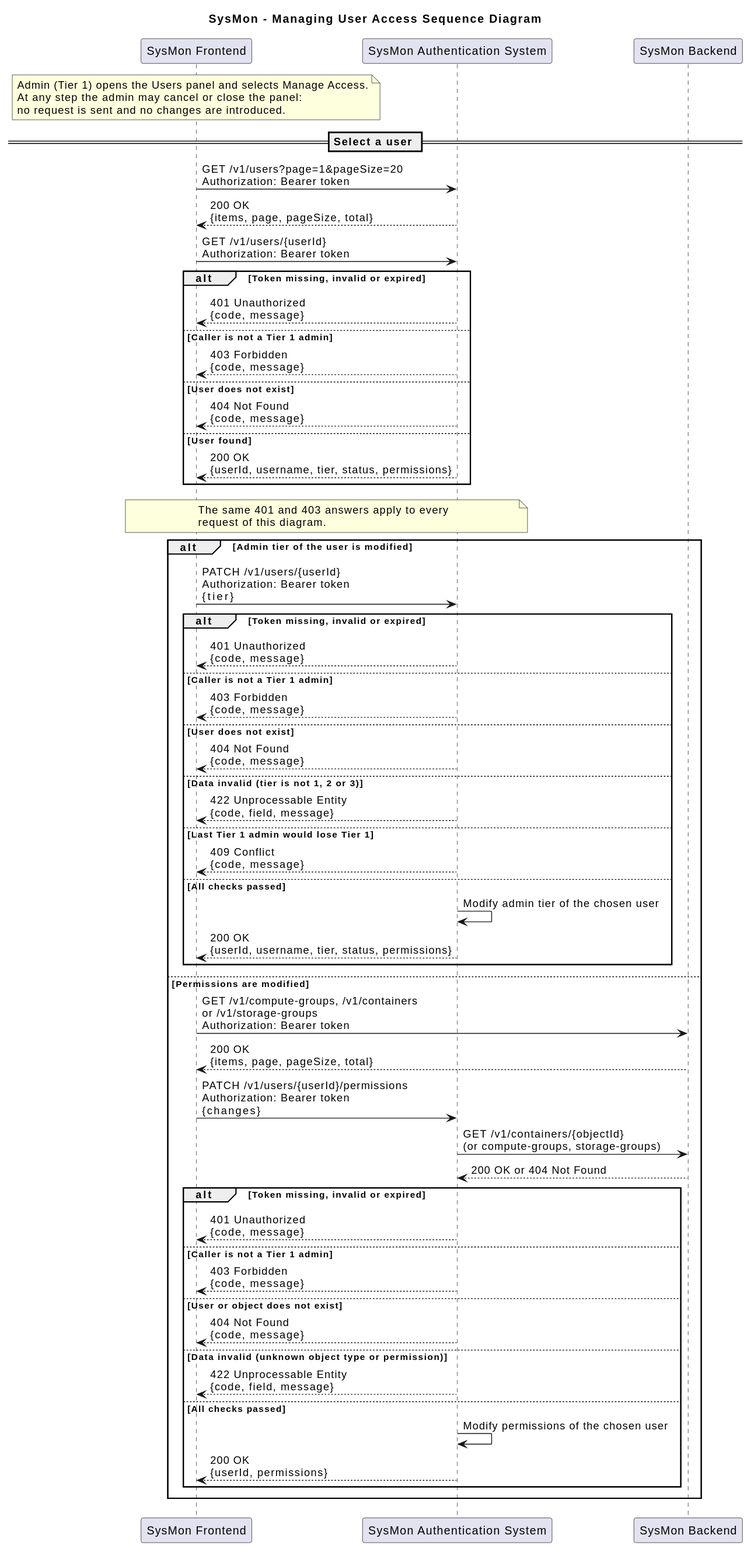
hriday111/SysMon keeps this PlantUML diagram as Task3/sequence_diagrams/managing_user_access.svg. Above is the earlier version.
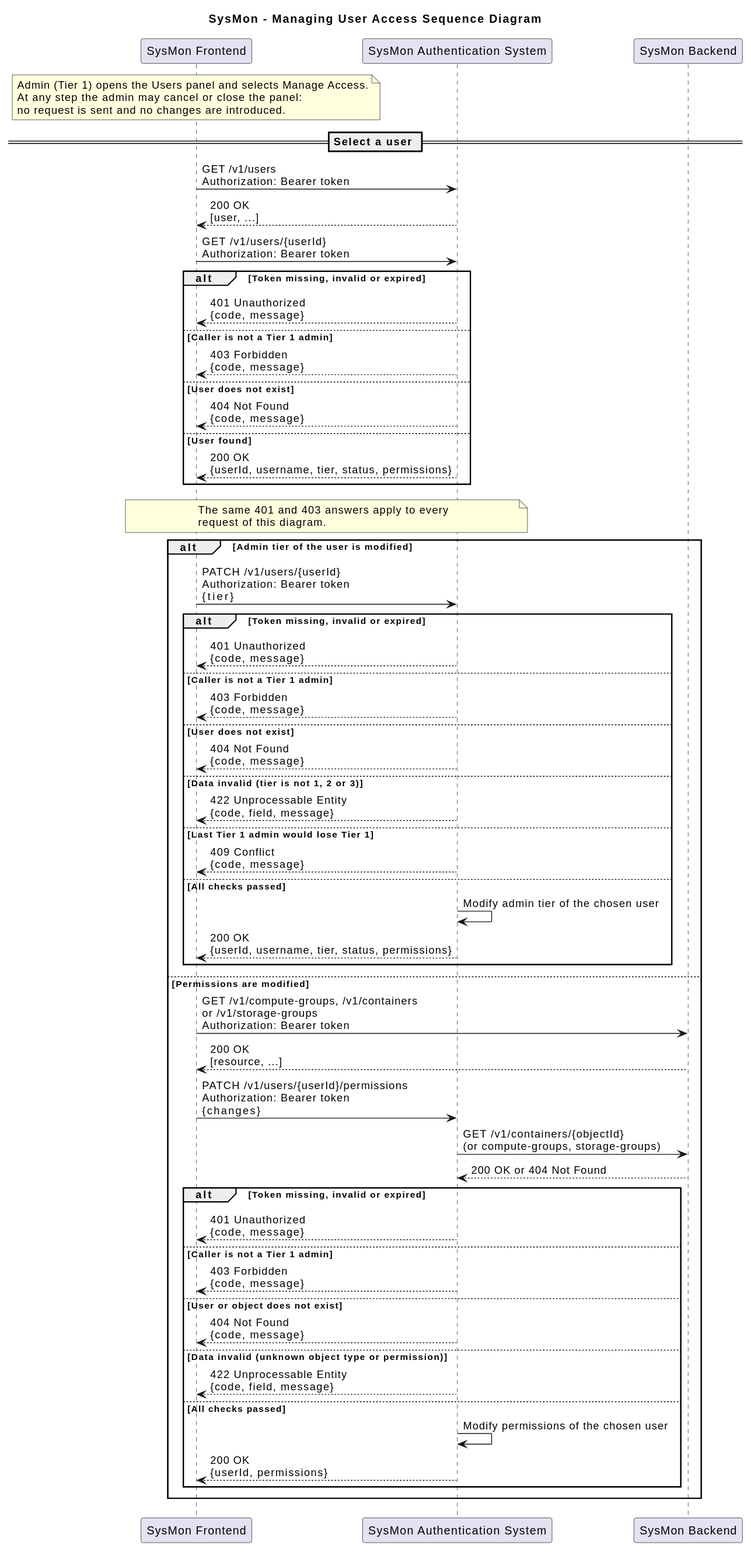
After the change.

Diff of the diagram source:
```diff
@@ -12,8 +12,8 @@
 end note
 
 == Select a user ==
-Frontend -> Auth : GET /v1/users?page=1&pageSize=20\nAuthorization: Bearer token
-Auth --> Frontend : 200 OK\n{items, page, pageSize, total}
+Frontend -> Auth : GET /v1/users\nAuthorization: Bearer token
+Auth --> Frontend : 200 OK\n[user, ...]
 Frontend -> Auth : GET /v1/users/{userId}\nAuthorization: Bearer token
 
 alt Token missing, invalid or expired
@@ -50,7 +50,7 @@
   end
 else Permissions are modified
   Frontend -> Backend : GET /v1/compute-groups, /v1/containers\nor /v1/storage-groups\nAuthorization: Bearer token
-  Backend --> Frontend : 200 OK\n{items, page, pageSize, total}
+  Backend --> Frontend : 200 OK\n[resource, ...]
 
   Frontend -> Auth : PATCH /v1/users/{userId}/permissions\nAuthorization: Bearer token\n{changes}
   Auth -> Backend : GET /v1/containers/{objectId}\n(or compute-groups, storage-groups)
```
